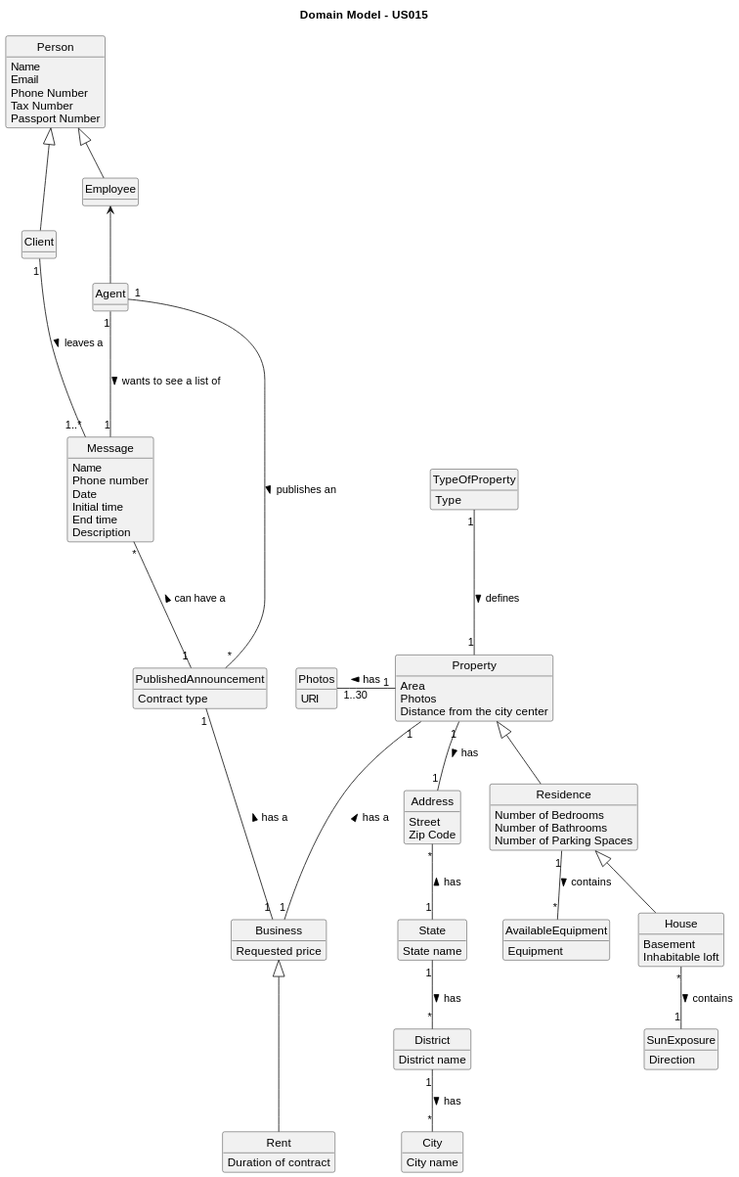
Above: docs/sprintD/US015/02.analysis/svg/us015-domain-model.svg in PureNimble/ISEP-LAPR2 (PlantUML), before the change.
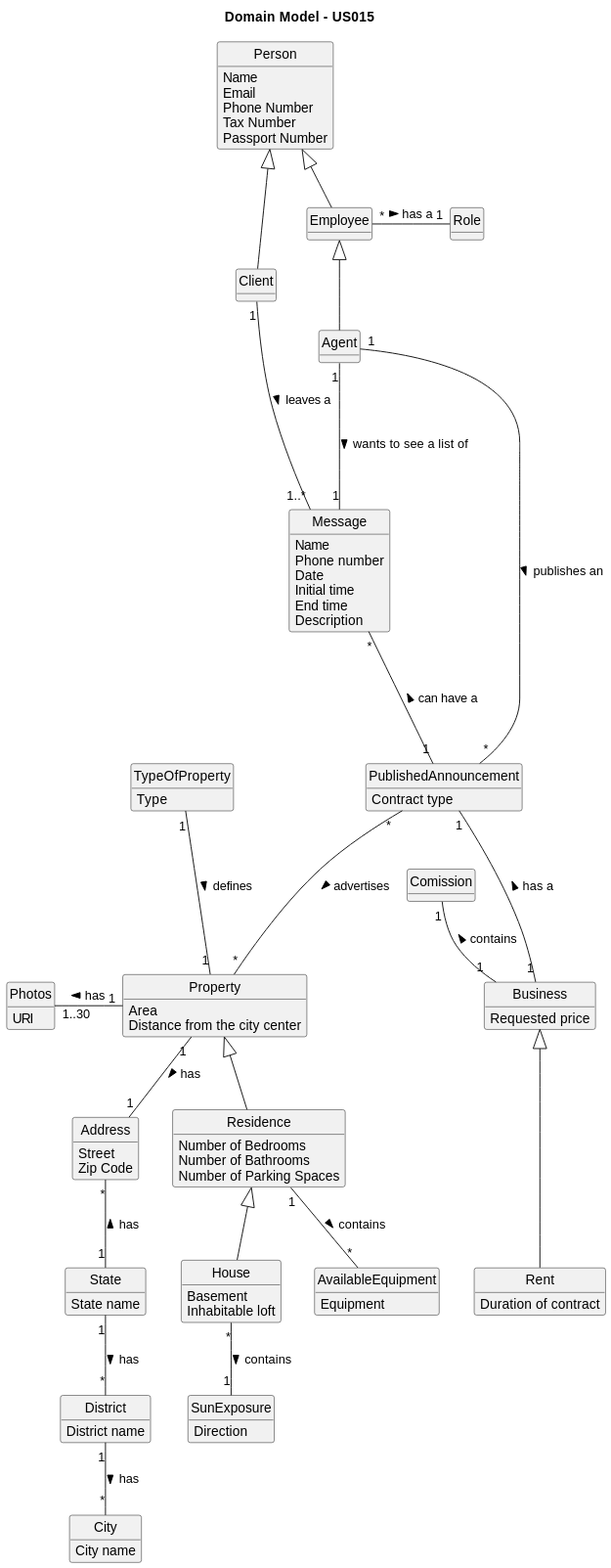
The same file after the commit.

Commit message:
US09- class diagram and domain  module correction + added the new svg

Diff of the diagram source:
```diff
@@ -68,7 +68,6 @@
 
  class Property {
      Area
-     Photos
      Distance from the city center
  }
 
@@ -115,15 +114,23 @@
  }
 
 
- Property "1" --- "1" Business: has a <
+
+ class Role{
+
+ }
+
+ PublishedAnnouncement "*" --- "*" Property: advertises >
  PublishedAnnouncement "1" --- "1" Business: has a <
  Business <|--- Rent
  Message "*" --- "1" PublishedAnnouncement: can have a <
    Client "1" --right- "1..*" Message: leaves a >
    Agent "1" --- "*" PublishedAnnouncement: publishes an >
+   Employee "*" --right-"1" Role: has a >
 
 Agent "1" --- "1" Message: wants to see a list of >
 Person <|-- Employee
-Employee <-- Agent
+Employee <|-- Agent
 Person <|-- Client
+
+Comission "1" -- "1" Business : contains <
 @enduml
```
